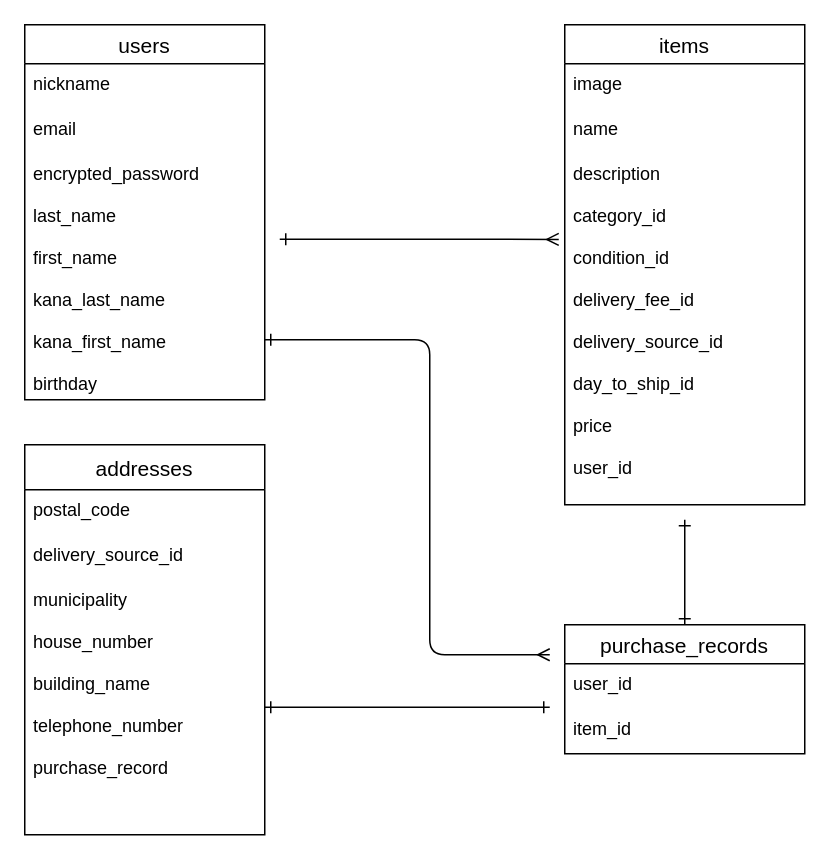
Earlier version of the draw.io diagram test.dio (yuuki-gotou/furima-32902). Source tidied: cells renumbered, new cells numbered last; positions are measured from the earlier drawing's top-left corner, leaving out a move shared by most shapes. Both pictures are drawn from the tidied source at 150%, with x=0, y=0 at pixel (24, 24).
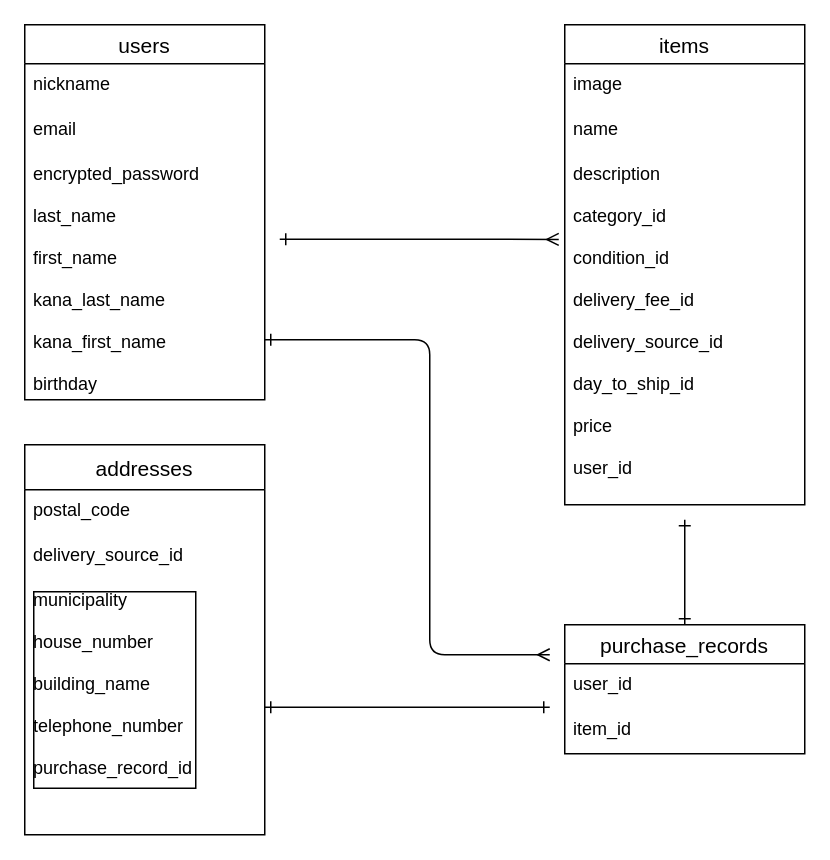
After the change.

Commit message (it also covers changes not shown here):
カラム型変更

Unchanged cells that the change refers to:
```xml
<mxCell id="15" value="addresses" style="swimlane;fontStyle=0;horizontal=1;startSize=30;align=center;fontSize=14;" parent="1" vertex="1">
  <mxGeometry y="280" width="160" height="260" as="geometry" />
</mxCell>
```

What changed in the source:
```diff
@@
-    <mxCell id="18" value="municipality&#10;&#10;house_number&#10;&#10;building_name&#10;&#10;telephone_number&#10;&#10;purchase_record" style="text;strokeColor=none;fillColor=none;spacingLeft=4;spacingRight=4;overflow=hidden;points=[[0,0.5],[1,0.5]];portConstraint=eastwest;fontSize=12;" parent="15" vertex="1">
+    <mxCell id="18" value="municipality&#10;&#10;house_number&#10;&#10;building_name&#10;&#10;telephone_number&#10;&#10;purchase_record_id" style="text;strokeColor=none;fillColor=none;spacingLeft=4;spacingRight=4;overflow=hidden;points=[[0,0.5],[1,0.5]];portConstraint=eastwest;fontSize=12;labelBorderColor=#000000;" parent="15" vertex="1">
       <mxGeometry y="90" width="160" height="170" as="geometry" />
     </mxCell>
```
